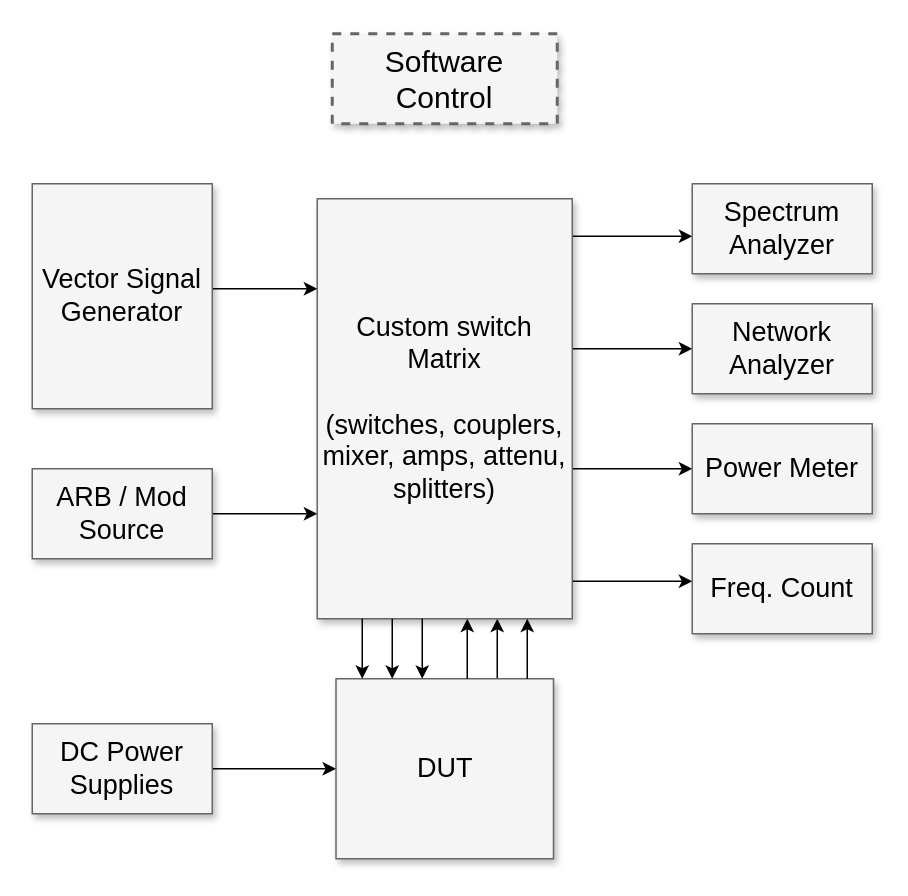
Before: Diagrama sem nome.drawio in nhertzel/Diagramas, a draw.io diagram. Source tidied: cells renumbered, new cells numbered last; positions are measured from the earlier drawing's top-left corner, leaving out a move shared by most shapes. Both pictures are drawn from the tidied source at 150%, with x=0, y=0 at pixel (32, 33).
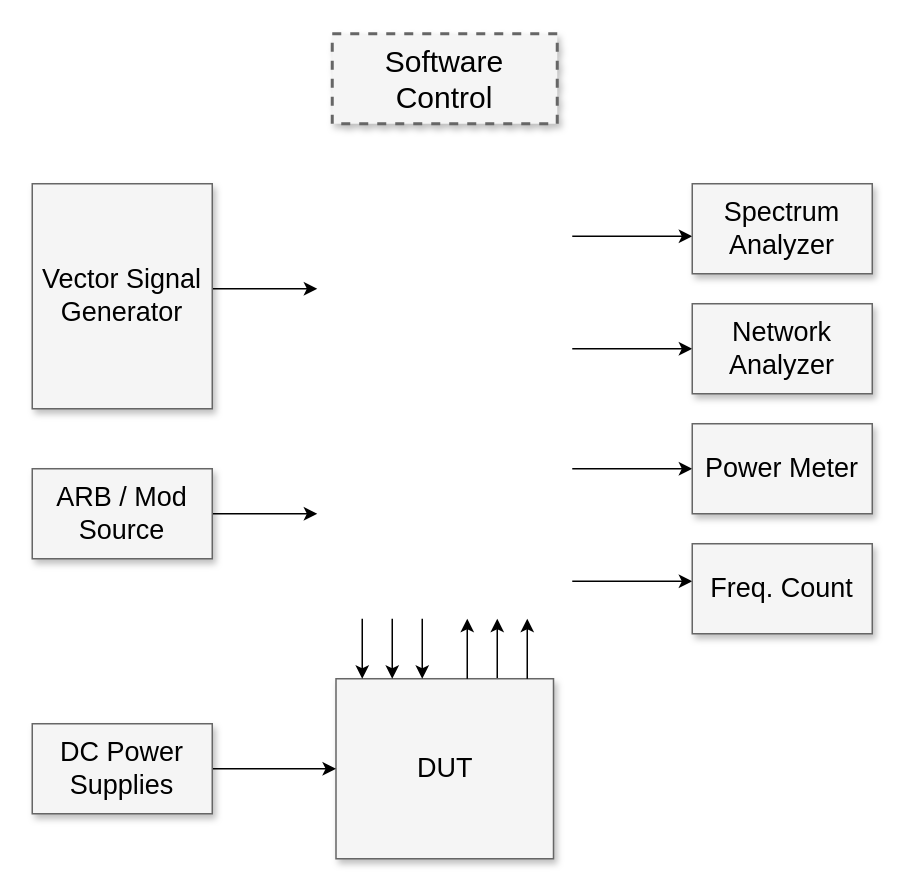
Above is the later version.

The change refers to these unchanged cells:
```xml
<mxCell id="9" value="Spectrum Analyzer" style="whiteSpace=wrap;html=1;shadow=1;fontSize=18;fillColor=#f5f5f5;strokeColor=#666666;" parent="1" vertex="1">
  <mxGeometry x="440" y="100" width="120" height="60" as="geometry" />
</mxCell>
<mxCell id="10" value="Network Analyzer" style="whiteSpace=wrap;html=1;shadow=1;fontSize=18;fillColor=#f5f5f5;strokeColor=#666666;" parent="1" vertex="1">
  <mxGeometry x="440" y="180" width="120" height="60" as="geometry" />
</mxCell>
<mxCell id="11" value="Power Meter" style="whiteSpace=wrap;html=1;shadow=1;fontSize=18;fillColor=#f5f5f5;strokeColor=#666666;" parent="1" vertex="1">
  <mxGeometry x="440" y="260" width="120" height="60" as="geometry" />
</mxCell>
<mxCell id="12" value="Freq. Count" style="whiteSpace=wrap;html=1;shadow=1;fontSize=18;fillColor=#f5f5f5;strokeColor=#666666;" parent="1" vertex="1">
  <mxGeometry x="440" y="340" width="120" height="60" as="geometry" />
</mxCell>
<mxCell id="14" value="Vector Signal Generator" style="whiteSpace=wrap;html=1;shadow=1;fontSize=18;fillColor=#f5f5f5;strokeColor=#666666;" parent="1" vertex="1">
  <mxGeometry y="100" width="120" height="150" as="geometry" />
</mxCell>
<mxCell id="16" value="ARB / Mod Source" style="whiteSpace=wrap;html=1;shadow=1;fontSize=18;fillColor=#f5f5f5;strokeColor=#666666;" parent="1" vertex="1">
  <mxGeometry y="290" width="120" height="60" as="geometry" />
</mxCell>
<mxCell id="17" value="DUT" style="whiteSpace=wrap;html=1;shadow=1;fontSize=18;fillColor=#f5f5f5;strokeColor=#666666;" parent="1" vertex="1">
  <mxGeometry x="202.5" y="430" width="145" height="120" as="geometry" />
</mxCell>
```

The edit, as a diff of the source:
```diff
@@
-    <mxCell id="3" style="edgeStyle=elbowEdgeStyle;rounded=0;html=1;startArrow=none;startFill=0;jettySize=auto;fontSize=18;elbow=vertical;" parent="1" edge="1" source="8" target="9">
-      <mxGeometry relative="1" as="geometry" />
+    <mxCell id="3" style="edgeStyle=elbowEdgeStyle;rounded=0;html=1;startArrow=none;startFill=0;jettySize=auto;fontSize=18;elbow=vertical;" parent="1" edge="1" target="9">
+      <mxGeometry relative="1" as="geometry">
+        <mxPoint x="360" y="135" as="sourcePoint" />
+      </mxGeometry>
     </mxCell>
-    <mxCell id="4" style="edgeStyle=elbowEdgeStyle;rounded=0;html=1;startArrow=none;startFill=0;jettySize=auto;fontSize=18;elbow=vertical;" parent="1" edge="1" source="8" target="10">
-      <mxGeometry relative="1" as="geometry" />
+    <mxCell id="4" style="edgeStyle=elbowEdgeStyle;rounded=0;html=1;startArrow=none;startFill=0;jettySize=auto;fontSize=18;elbow=vertical;" parent="1" edge="1" target="10">
+      <mxGeometry relative="1" as="geometry">
+        <mxPoint x="360" y="210" as="sourcePoint" />
+      </mxGeometry>
     </mxCell>
-    <mxCell id="5" style="edgeStyle=elbowEdgeStyle;rounded=0;html=1;startArrow=none;startFill=0;jettySize=auto;fontSize=18;elbow=vertical;" parent="1" edge="1" source="8" target="11">
-      <mxGeometry relative="1" as="geometry" />
+    <mxCell id="5" style="edgeStyle=elbowEdgeStyle;rounded=0;html=1;startArrow=none;startFill=0;jettySize=auto;fontSize=18;elbow=vertical;" parent="1" edge="1" target="11">
+      <mxGeometry relative="1" as="geometry">
+        <mxPoint x="360" y="290" as="sourcePoint" />
+      </mxGeometry>
     </mxCell>
-    <mxCell id="6" style="edgeStyle=elbowEdgeStyle;rounded=0;html=1;startArrow=none;startFill=0;jettySize=auto;fontSize=18;elbow=vertical;" parent="1" edge="1" source="8" target="12">
-      <mxGeometry relative="1" as="geometry" />
+    <mxCell id="6" style="edgeStyle=elbowEdgeStyle;rounded=0;html=1;startArrow=none;startFill=0;jettySize=auto;fontSize=18;elbow=vertical;" parent="1" edge="1" target="12">
+      <mxGeometry relative="1" as="geometry">
+        <mxPoint x="360" y="365" as="sourcePoint" />
+      </mxGeometry>
     </mxCell>
-    <mxCell id="7" style="edgeStyle=elbowEdgeStyle;rounded=0;html=1;startArrow=none;startFill=0;jettySize=auto;fontSize=18;" parent="1" edge="1" source="17" target="8">
+    <mxCell id="7" style="edgeStyle=elbowEdgeStyle;rounded=0;html=1;startArrow=none;startFill=0;jettySize=auto;fontSize=18;" parent="1" edge="1" source="17">
       <mxGeometry relative="1" as="geometry">
+        <mxPoint x="310" y="390" as="targetPoint" />
         <Array as="points">
           <mxPoint x="310" y="410" />
         </Array>
       </mxGeometry>
     </mxCell>
-    <mxCell id="8" value="Custom switch Matrix&lt;div&gt;&lt;br&gt;&lt;/div&gt;&lt;div&gt;(switches, couplers, mixer, amps, attenu, splitters)&lt;/div&gt;" style="whiteSpace=wrap;html=1;shadow=1;fontSize=18;fillColor=#f5f5f5;strokeColor=#666666;" parent="1" vertex="1">
-      <mxGeometry x="190" y="110" width="170" height="280" as="geometry" />
-    </mxCell>
@@
-    <mxCell id="13" style="edgeStyle=elbowEdgeStyle;rounded=0;html=1;startArrow=none;startFill=0;jettySize=auto;fontSize=18;elbow=vertical;" parent="1" edge="1" source="14" target="8">
+    <mxCell id="13" style="edgeStyle=elbowEdgeStyle;rounded=0;html=1;startArrow=none;startFill=0;jettySize=auto;fontSize=18;elbow=vertical;" parent="1" edge="1" source="14">
       <mxGeometry relative="1" as="geometry">
+        <mxPoint x="190" y="170" as="targetPoint" />
         <Array as="points">
           <mxPoint x="160" y="170" />
         </Array>
       </mxGeometry>
     </mxCell>
@@
-    <mxCell id="15" style="edgeStyle=elbowEdgeStyle;rounded=0;html=1;startArrow=none;startFill=0;jettySize=auto;fontSize=18;elbow=vertical;" parent="1" edge="1" source="16" target="8">
-      <mxGeometry relative="1" as="geometry" />
+    <mxCell id="15" style="edgeStyle=elbowEdgeStyle;rounded=0;html=1;startArrow=none;startFill=0;jettySize=auto;fontSize=18;elbow=vertical;" parent="1" edge="1" source="16">
+      <mxGeometry relative="1" as="geometry">
+        <mxPoint x="190" y="320" as="targetPoint" />
+      </mxGeometry>
     </mxCell>
@@
-    <mxCell id="20" style="edgeStyle=elbowEdgeStyle;rounded=0;html=1;startArrow=none;startFill=0;jettySize=auto;fontSize=18;" parent="1" edge="1" source="17" target="8">
+    <mxCell id="20" style="edgeStyle=elbowEdgeStyle;rounded=0;html=1;startArrow=none;startFill=0;jettySize=auto;fontSize=18;" parent="1" edge="1" source="17">
       <mxGeometry relative="1" as="geometry">
+        <mxPoint x="330" y="390" as="targetPoint" />
         <Array as="points">
           <mxPoint x="330" y="410" />
           <mxPoint x="310" y="410" />
         </Array>
       </mxGeometry>
     </mxCell>
```
